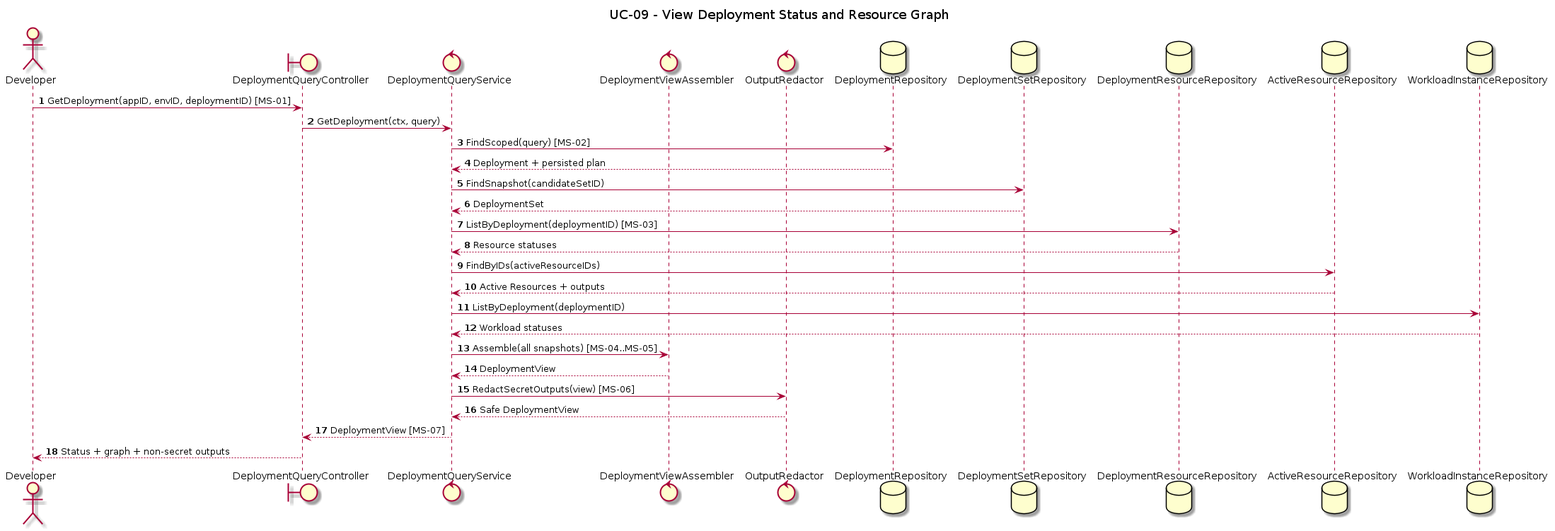
The PlantUML diagram orchestrator_docs/usecase/UC-09/sequence.png in pr3s3nt/poc, before a commit. Its source is kept beside it as orchestrator_docs/usecase/UC-09/sequence.puml. Its diagram source:
```plantuml
@startuml
title UC-09 - View Deployment Status and Resource Graph
autonumber
actor Developer
boundary DeploymentQueryController as API
control DeploymentQueryService as Service
control DeploymentViewAssembler as Assembler
control OutputRedactor as Redactor
database DeploymentRepository as DeploymentRepo
database DeploymentSetRepository as SetRepo
database DeploymentResourceRepository as DeploymentResourceRepo
database ActiveResourceRepository as ResourceRepo
database WorkloadInstanceRepository as WorkloadRepo

Developer -> API: GetDeployment(appID, envID, deploymentID) [MS-01]
API -> Service: GetDeployment(ctx, query)
Service -> DeploymentRepo: FindScoped(query) [MS-02]
DeploymentRepo --> Service: Deployment + persisted plan
Service -> SetRepo: FindSnapshot(candidateSetID)
SetRepo --> Service: DeploymentSet
Service -> DeploymentResourceRepo: ListByDeployment(deploymentID) [MS-03]
DeploymentResourceRepo --> Service: Resource statuses
Service -> ResourceRepo: FindByIDs(activeResourceIDs)
ResourceRepo --> Service: Active Resources + outputs
Service -> WorkloadRepo: ListByDeployment(deploymentID)
WorkloadRepo --> Service: Workload statuses
Service -> Assembler: Assemble(all snapshots) [MS-04..MS-05]
Assembler --> Service: DeploymentView
Service -> Redactor: RedactSecretOutputs(view) [MS-06]
Redactor --> Service: Safe DeploymentView
Service --> API: DeploymentView [MS-07]
API --> Developer: Status + graph + non-secret outputs
@enduml
```
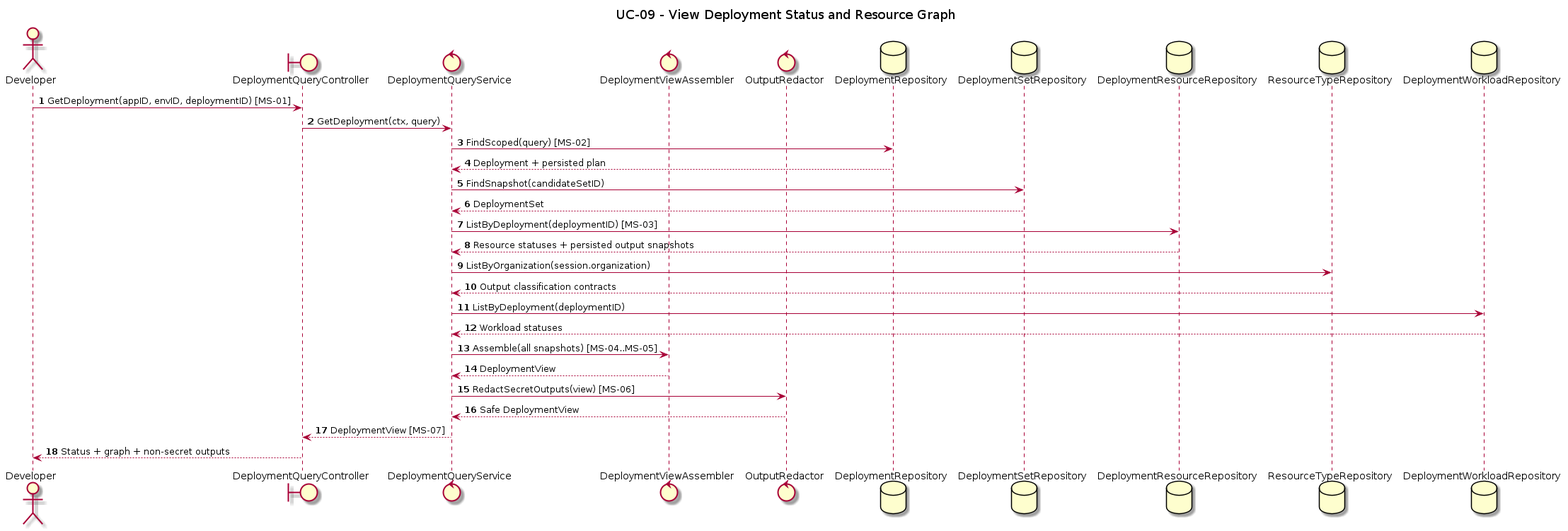
After the change.

Change to the diagram source:
```diff
@@ -9,8 +9,8 @@
 database DeploymentRepository as DeploymentRepo
 database DeploymentSetRepository as SetRepo
 database DeploymentResourceRepository as DeploymentResourceRepo
-database ActiveResourceRepository as ResourceRepo
-database WorkloadInstanceRepository as WorkloadRepo
+database ResourceTypeRepository as TypeRepo
+database DeploymentWorkloadRepository as WorkloadRepo
 
 Developer -> API: GetDeployment(appID, envID, deploymentID) [MS-01]
 API -> Service: GetDeployment(ctx, query)
@@ -19,9 +19,9 @@
 Service -> SetRepo: FindSnapshot(candidateSetID)
 SetRepo --> Service: DeploymentSet
 Service -> DeploymentResourceRepo: ListByDeployment(deploymentID) [MS-03]
-DeploymentResourceRepo --> Service: Resource statuses
-Service -> ResourceRepo: FindByIDs(activeResourceIDs)
-ResourceRepo --> Service: Active Resources + outputs
+DeploymentResourceRepo --> Service: Resource statuses + persisted output snapshots
+Service -> TypeRepo: ListByOrganization(session.organization)
+TypeRepo --> Service: Output classification contracts
 Service -> WorkloadRepo: ListByDeployment(deploymentID)
 WorkloadRepo --> Service: Workload statuses
 Service -> Assembler: Assemble(all snapshots) [MS-04..MS-05]
```
